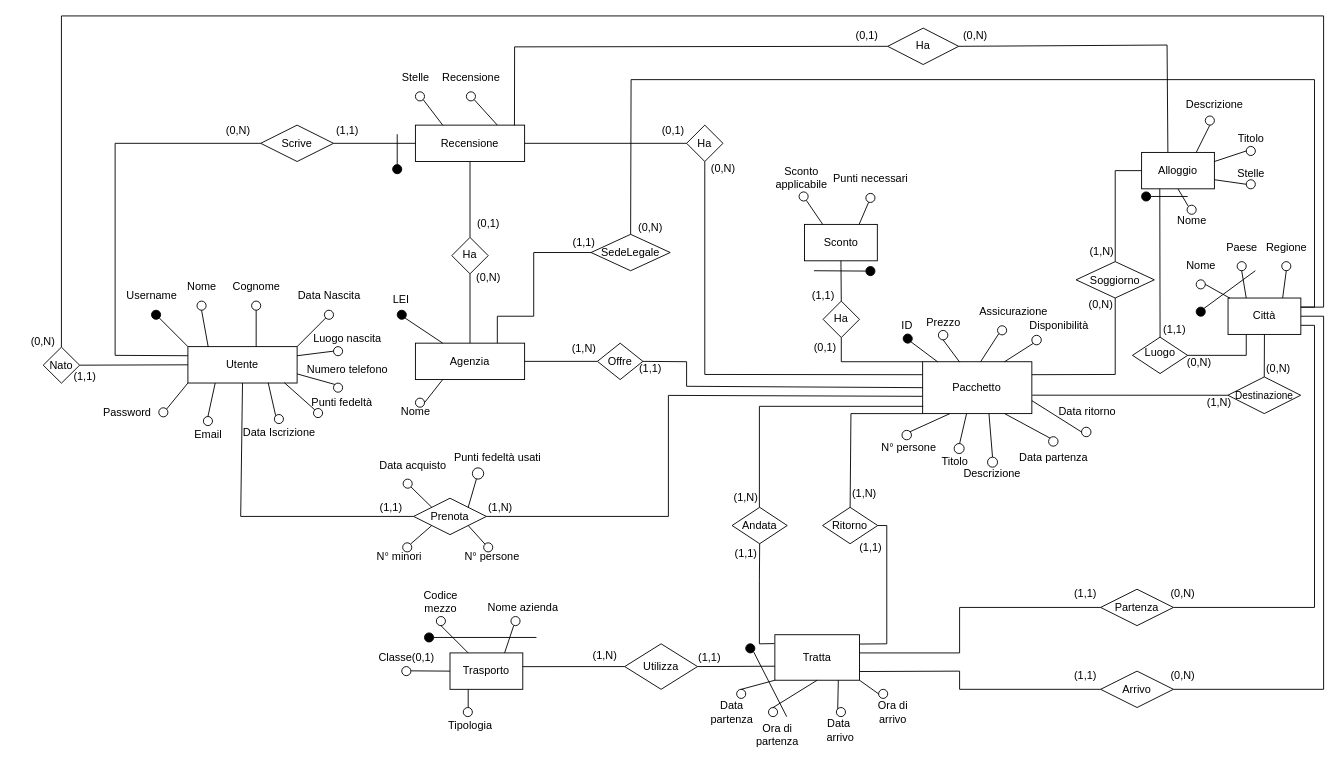
Earlier version of the draw.io diagram page "ER - Logico" (2 of 2) of ER/ER.drawio (bustre/Easy-travel). Source tidied: cells renumbered, new cells numbered last; positions are measured from the earlier drawing's top-left corner, leaving out a move shared by most shapes. Both pictures are drawn from the tidied source at 91%, with x=0, y=0 at pixel (15, 15).
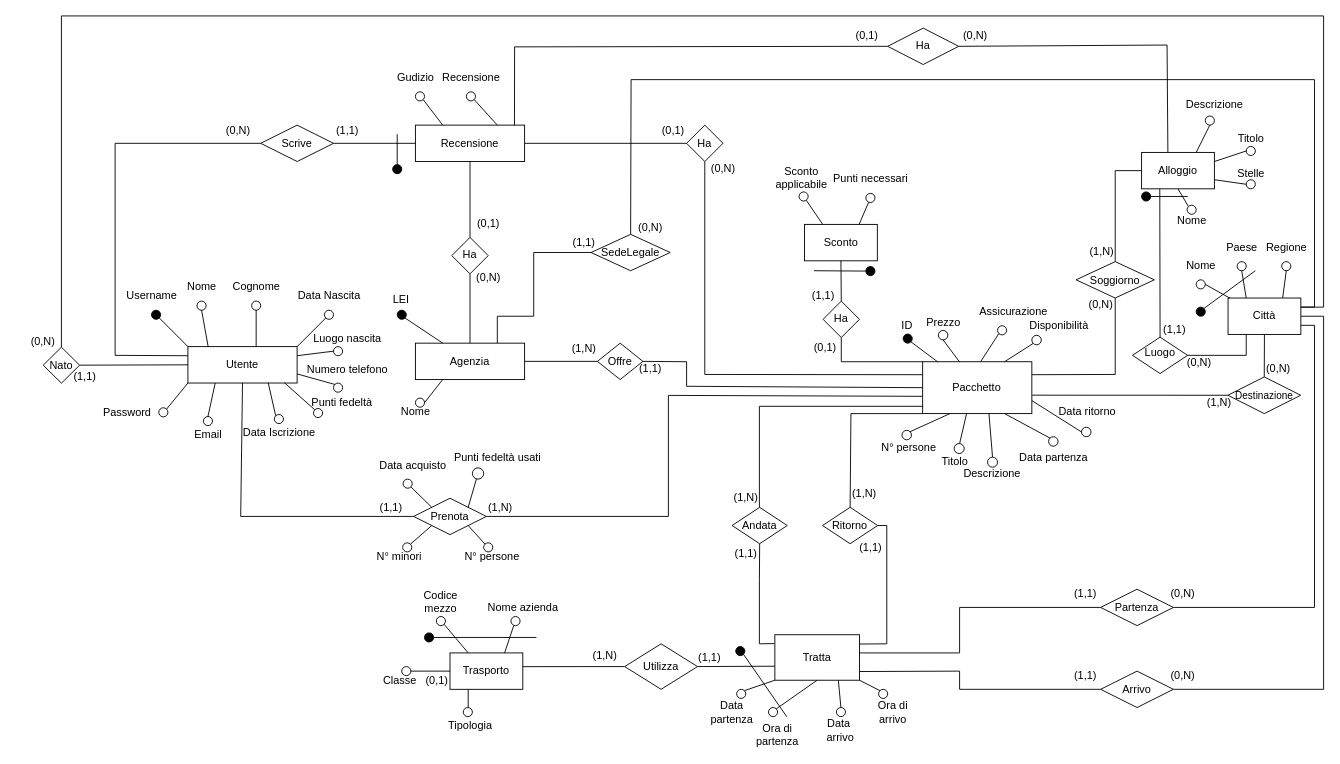
After the change.

Unchanged cells that the change refers to:
```xml
<mxCell id="59" value="Trasporto" style="rounded=0;whiteSpace=wrap;html=1;" parent="1" vertex="1">
  <mxGeometry x="477" y="700" width="80" height="40" as="geometry" />
</mxCell>
<mxCell id="162" style="ellipse;whiteSpace=wrap;html=1;fillColor=none;" parent="1" vertex="1">
  <mxGeometry x="462" y="660" width="10" height="10" as="geometry" />
</mxCell>
<mxCell id="193" value="Tratta" style="rounded=0;whiteSpace=wrap;html=1;" parent="1" vertex="1">
  <mxGeometry x="834" y="680" width="93" height="50" as="geometry" />
</mxCell>
<mxCell id="204" style="ellipse;whiteSpace=wrap;html=1;" parent="1" vertex="1">
  <mxGeometry x="792" y="740" width="10" height="10" as="geometry" />
</mxCell>
<mxCell id="209" style="ellipse;whiteSpace=wrap;html=1;" parent="1" vertex="1">
  <mxGeometry x="901.6" y="760" width="10" height="10" as="geometry" />
</mxCell>
<mxCell id="210" style="ellipse;whiteSpace=wrap;html=1;" parent="1" vertex="1">
  <mxGeometry x="948" y="740" width="10" height="10" as="geometry" />
</mxCell>
<mxCell id="225" style="ellipse;whiteSpace=wrap;html=1;" parent="1" vertex="1">
  <mxGeometry x="424" y="715" width="10" height="10" as="geometry" />
</mxCell>
```

Change to the diagram source:
```diff
@@
-    <mxCell id="97" value="Stelle" style="text;html=1;align=center;verticalAlign=middle;strokeColor=none;fillColor=none;" parent="1" vertex="1">
-      <mxGeometry x="414" y="53.4" width="50" height="30" as="geometry" />
+    <mxCell id="97" value="Gudizio" style="text;html=1;align=center;verticalAlign=middle;strokeColor=none;fillColor=none;" parent="1" vertex="1">
+      <mxGeometry x="409" y="53.4" width="60" height="30" as="geometry" />
     </mxCell>
@@
-    <mxCell id="161" style="endArrow=none;html=1;rounded=0;exitX=0.25;exitY=0;exitDx=0;exitDy=0;entryX=0.5;entryY=1;entryDx=0;entryDy=0;" parent="1" edge="1" source="59" target="162">
+    <mxCell id="161" style="endArrow=none;html=1;rounded=0;exitX=0.25;exitY=0;exitDx=0;exitDy=0;entryX=1;entryY=1;entryDx=0;entryDy=0;" parent="1" edge="1" source="59" target="162">
       <mxGeometry relative="1" as="geometry" />
     </mxCell>
@@
-    <mxCell id="205" style="endArrow=none;html=1;rounded=0;entryX=0;entryY=1;entryDx=0;entryDy=0;exitX=0.5;exitY=0;exitDx=0;exitDy=0;" parent="1" edge="1" source="204" target="193">
+    <mxCell id="205" style="endArrow=none;html=1;rounded=0;entryX=0;entryY=1;entryDx=0;entryDy=0;exitX=1;exitY=0;exitDx=0;exitDy=0;" parent="1" edge="1" source="204" target="193">
       <mxGeometry relative="1" as="geometry" />
     </mxCell>
-    <mxCell id="206" style="ellipse;whiteSpace=wrap;html=1;" parent="1" vertex="1">
+    <mxCell id="206" style="ellipse;whiteSpace=wrap;html=1;direction=south;" parent="1" vertex="1">
       <mxGeometry x="827" y="760" width="10" height="10" as="geometry" />
     </mxCell>
-    <mxCell id="207" style="endArrow=none;html=1;rounded=0;entryX=0.5;entryY=1;entryDx=0;entryDy=0;exitX=0.5;exitY=0;exitDx=0;exitDy=0;" parent="1" edge="1" source="206" target="193">
+    <mxCell id="207" style="endArrow=none;html=1;rounded=0;entryX=0.5;entryY=1;entryDx=0;entryDy=0;exitX=0;exitY=0;exitDx=0;exitDy=0;" parent="1" edge="1" source="206" target="193">
       <mxGeometry relative="1" as="geometry" />
     </mxCell>
@@
-    <mxCell id="211" style="endArrow=none;html=1;rounded=0;entryX=0.75;entryY=1;entryDx=0;entryDy=0;exitX=0;exitY=0;exitDx=0;exitDy=0;" parent="1" edge="1" source="209" target="193">
+    <mxCell id="211" style="endArrow=none;html=1;rounded=0;entryX=0.75;entryY=1;entryDx=0;entryDy=0;exitX=0.5;exitY=0;exitDx=0;exitDy=0;" parent="1" edge="1" source="209" target="193">
       <mxGeometry relative="1" as="geometry" />
     </mxCell>
-    <mxCell id="212" style="endArrow=none;html=1;rounded=0;entryX=1;entryY=1;entryDx=0;entryDy=0;exitX=0;exitY=0.5;exitDx=0;exitDy=0;" parent="1" edge="1" source="210" target="193">
+    <mxCell id="212" style="endArrow=none;html=1;rounded=0;entryX=1;entryY=1;entryDx=0;entryDy=0;exitX=0;exitY=0;exitDx=0;exitDy=0;" parent="1" edge="1" source="210" target="193">
       <mxGeometry relative="1" as="geometry" />
     </mxCell>
     <mxCell id="213" style="ellipse;whiteSpace=wrap;html=1;fillColor=#000000;" parent="1" vertex="1">
-      <mxGeometry x="802" y="690" width="10" height="10" as="geometry" />
+      <mxGeometry x="791" y="693" width="10" height="10" as="geometry" />
     </mxCell>
@@
-    <mxCell id="226" value="Classe(0,1)" style="text;html=1;align=center;verticalAlign=middle;points=[];strokeColor=none;fillColor=none;" parent="1" vertex="1">
-      <mxGeometry x="389" y="690" width="80" height="30" as="geometry" />
+    <mxCell id="226" value="&amp;nbsp; &amp;nbsp;Classe&amp;nbsp; &amp;nbsp;(0,1)" style="text;html=1;align=center;verticalAlign=middle;points=[];strokeColor=none;fillColor=none;" parent="1" vertex="1">
+      <mxGeometry x="384" y="716" width="100" height="30" as="geometry" />
     </mxCell>
-    <mxCell id="227" style="endArrow=none;html=1;rounded=0;entryX=0;entryY=0.5;entryDx=0;entryDy=0;exitX=0.565;exitY=0.99;exitDx=0;exitDy=0;exitPerimeter=0;" parent="1" edge="1" source="226" target="59">
+    <mxCell id="227" style="endArrow=none;html=1;rounded=0;entryX=0;entryY=0.5;entryDx=0;entryDy=0;exitX=1;exitY=0.5;exitDx=0;exitDy=0;" parent="1" edge="1" source="225" target="59">
       <mxGeometry relative="1" as="geometry" />
     </mxCell>
```
